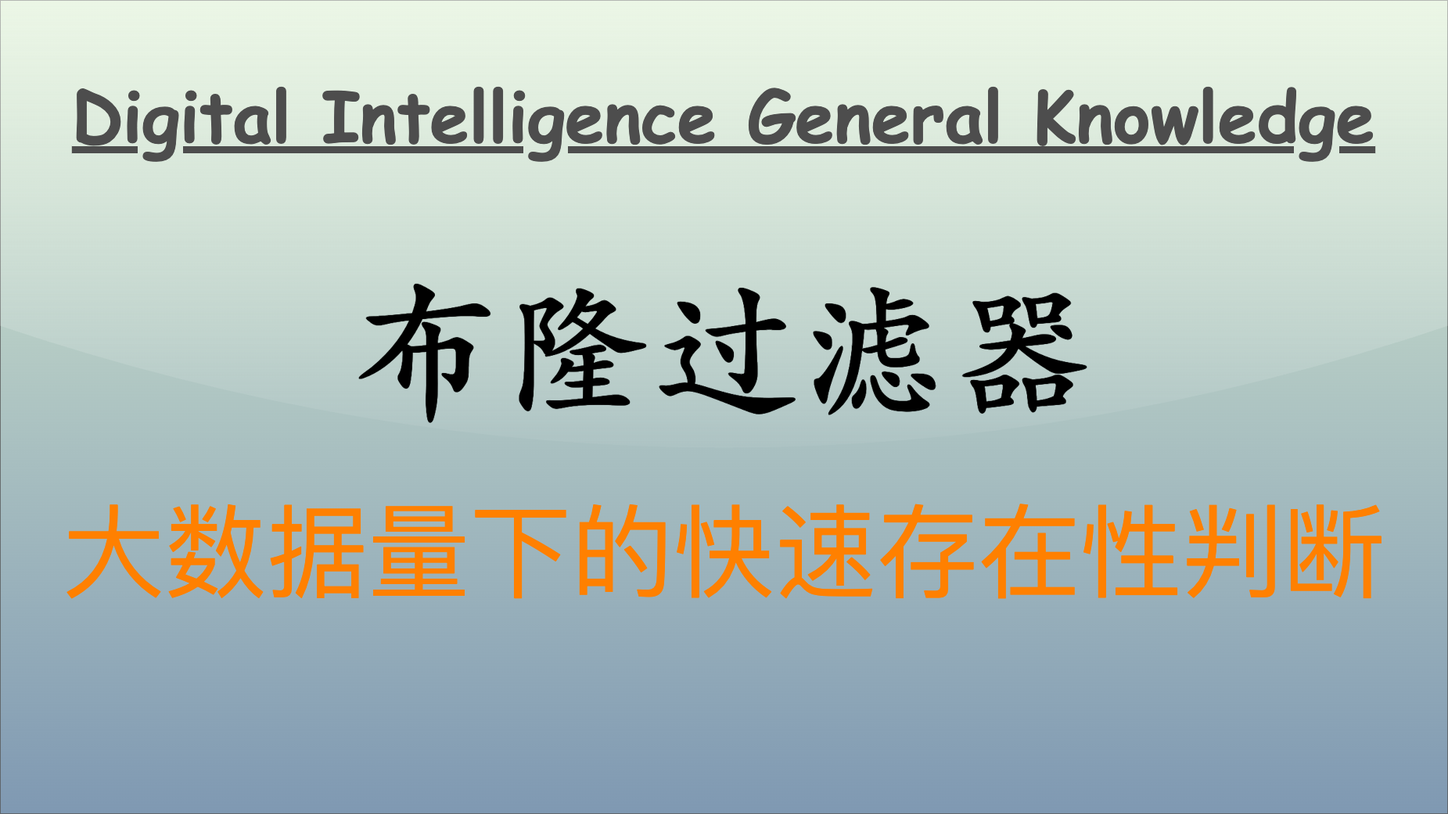
ThreeFish-AI/threefish-ai.github.io keeps this draw.io diagram as articles/general/the-essence-of-computing/assets/编码：区分彼此与信息压缩.drawio.png. Above is the earlier version. Source tidied: cells renumbered, new cells last; positions are measured from the earlier drawing's top-left corner, leaving out a move shared by most shapes.
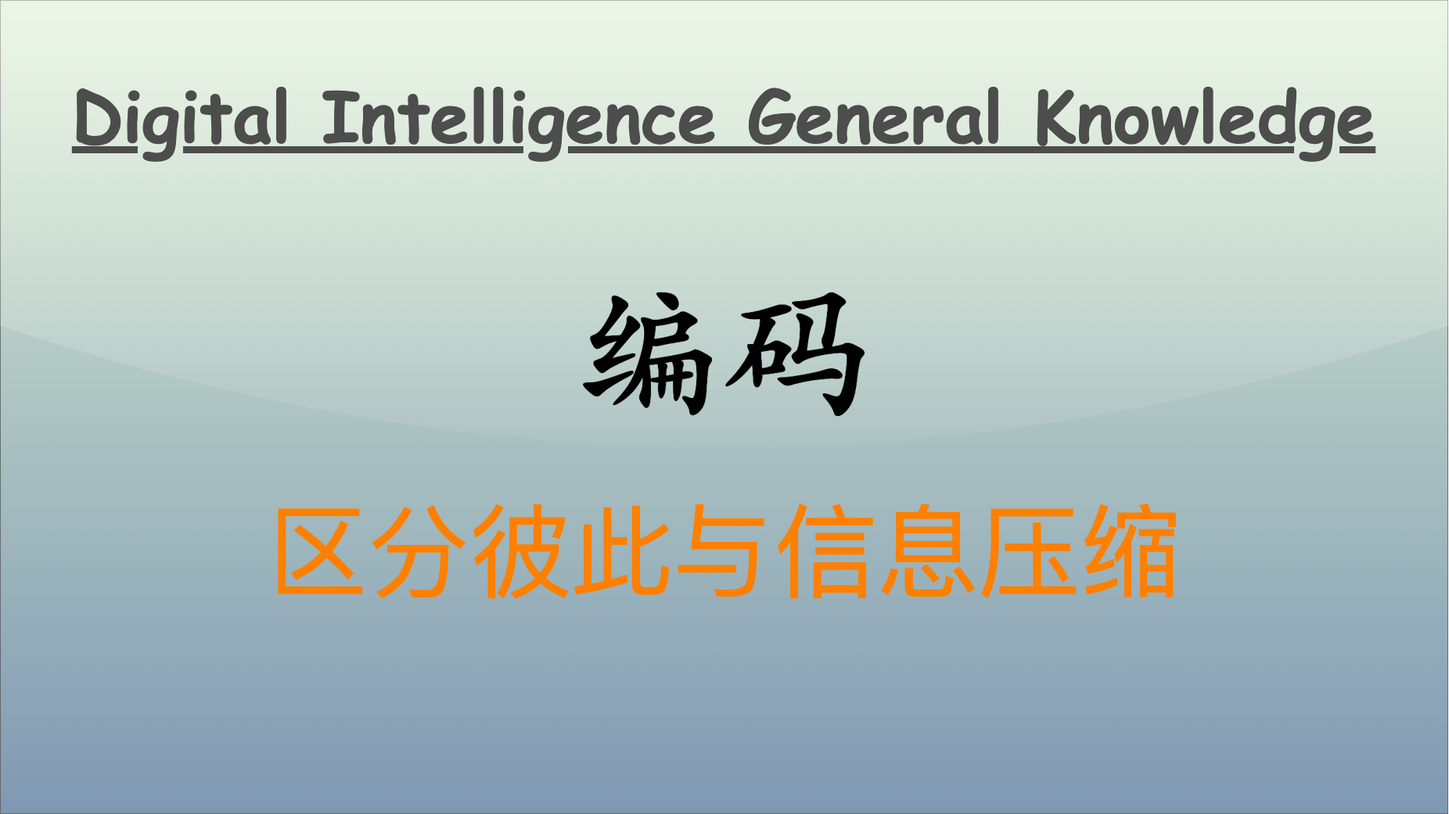
After the commit.

What changed in the source:
```diff
@@ -5,14 +5,14 @@
     <mxCell id="2" style="rounded=0;whiteSpace=wrap;html=1;spacingLeft=470;opacity=50;textOpacity=50;gradientColor=#003366;fillColor=#B9E0A5;glass=1;shadow=0;" parent="1" vertex="1">
       <mxGeometry width="1850" height="1040" as="geometry" />
     </mxCell>
-    <mxCell id="3" value="&lt;span style=&quot;font-family: 宋体; text-align: left; background-color: initial;&quot;&gt;&lt;font color=&quot;#ff8000&quot;&gt;大数据量下的快速存在性判断&lt;/font&gt;&lt;/span&gt;" style="text;html=1;align=center;verticalAlign=middle;strokeColor=none;fillColor=none;fontSize=130;fontColor=default;" parent="1" vertex="1">
-      <mxGeometry x="70" y="620" width="1710" height="170" as="geometry" />
+    <mxCell id="3" value="&lt;span style=&quot;font-family: 宋体; text-align: left; background-color: initial;&quot;&gt;&lt;font color=&quot;#ff8000&quot;&gt;区分彼此与信息压缩&lt;/font&gt;&lt;/span&gt;" style="text;html=1;align=center;verticalAlign=middle;strokeColor=none;fillColor=none;fontSize=130;fontColor=default;" parent="1" vertex="1">
+      <mxGeometry x="330" y="620" width="1190" height="170" as="geometry" />
     </mxCell>
     <mxCell id="4" value="Digital Intelligence General Knowledge" style="text;align=center;verticalAlign=top;strokeColor=none;fillColor=none;fontColor=#4D4D4D;fontFamily=Comic Sans MS;rotation=0;rounded=0;labelBackgroundColor=none;labelBorderColor=none;gradientColor=#B3B3B3;textShadow=0;fontSize=90;fontStyle=5;" parent="1" vertex="1">
       <mxGeometry x="80" y="86" width="1690" height="120" as="geometry" />
     </mxCell>
-    <mxCell id="5" value="&lt;font size=&quot;1&quot; style=&quot;&quot;&gt;&lt;b style=&quot;&quot;&gt;&lt;span style=&quot;font-size: 190px;&quot;&gt;布隆过滤器&lt;/span&gt;&lt;/b&gt;&lt;/font&gt;" style="text;html=1;align=center;verticalAlign=middle;strokeColor=none;fillColor=none;fontColor=#000000;fontFamily=Kaiti SC;" parent="1" vertex="1">
-      <mxGeometry x="440" y="320" width="970" height="240" as="geometry" />
+    <mxCell id="5" value="&lt;font size=&quot;1&quot; style=&quot;&quot;&gt;&lt;b style=&quot;&quot;&gt;&lt;span style=&quot;font-size: 190px;&quot;&gt;编码&lt;/span&gt;&lt;/b&gt;&lt;/font&gt;" style="text;html=1;align=center;verticalAlign=middle;strokeColor=none;fillColor=none;fontColor=#000000;fontFamily=Kaiti SC;" parent="1" vertex="1">
+      <mxGeometry x="725" y="320" width="400" height="240" as="geometry" />
     </mxCell>
   </root>
 </mxGraphModel>
```
